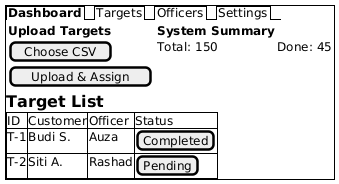
This is uml/images/02_mockup_web_admin.png from asn95/desktop-tutorial, a PlantUML export, as it was before one commit. The source it was exported from:
```plantuml
@startsalt
{+
  {/ <b>Dashboard | Targets | Officers | Settings }
  {
    {
      <b>Upload Targets
      [ Choose CSV ]
      [ Upload & Assign ]
    } | {
      <b>System Summary
      Total: 150 | Done: 45
    }
  }
  == <b>Target List
  {#
    ID | Customer | Officer | Status
    T-1 | Budi S.  | Auza    | [Completed]
    T-2 | Siti A.  | Rashad  | [Pending]
  }
}
@endsalt
```
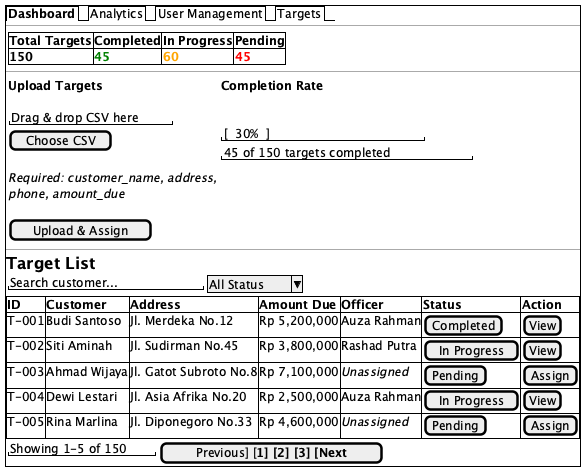
After the change.

The edit, as a diff of the source:
```diff
@@ -1,21 +1,52 @@
 @startsalt
 {+
-  {/ <b>Dashboard | Targets | Officers | Settings }
+  {/ <b>Dashboard | Analytics | User Management | Targets }
+  ---
+  {
+    {
+      {#
+        <b>Total Targets | <b>Completed | <b>In Progress | <b>Pending
+        <b>150           | <color:green><b>45</color> | <color:orange><b>60</color> | <color:red><b>45</color>
+      }
+    }
+  }
+  ---
   {
     {
       <b>Upload Targets
+      .
+      "Drag & drop CSV here"
       [ Choose CSV ]
+      .
+      <i>Required: customer_name, address,
+      <i>phone, amount_due
+      .
       [ Upload & Assign ]
     } | {
-      <b>System Summary
-      Total: 150 | Done: 45
+      <b>Completion Rate
+      .
+      .
+      "        [  30%  ]        "
+      "  45 of 150 targets completed  "
+      .
+      .
     }
   }
+  ---
   == <b>Target List
+  {
+    "Search customer...      " | ^All Status^
+  }
   {#
-    ID | Customer | Officer | Status
-    T-1 | Budi S.  | Auza    | [Completed]
-    T-2 | Siti A.  | Rashad  | [Pending]
+    <b>ID  | <b>Customer     | <b>Address               | <b>Amount Due  | <b>Officer     | <b>Status      | <b>Action
+    T-001 | Budi Santoso    | Jl. Merdeka No.12       | Rp 5,200,000  | Auza Rahman   | [Completed]   | [View]
+    T-002 | Siti Aminah     | Jl. Sudirman No.45      | Rp 3,800,000  | Rashad Putra  | [In Progress] | [View]
+    T-003 | Ahmad Wijaya    | Jl. Gatot Subroto No.8  | Rp 7,100,000  | <i>Unassigned  | [Pending]     | [Assign]
+    T-004 | Dewi Lestari    | Jl. Asia Afrika No.20   | Rp 2,500,000  | Auza Rahman   | [In Progress] | [View]
+    T-005 | Rina Marlina    | Jl. Diponegoro No.33    | Rp 4,600,000  | <i>Unassigned  | [Pending]     | [Assign]
+  }
+  {
+    "Showing 1-5 of 150" | [Previous] [<b>1] [2] [3] [Next]
   }
 }
 @endsalt
```
